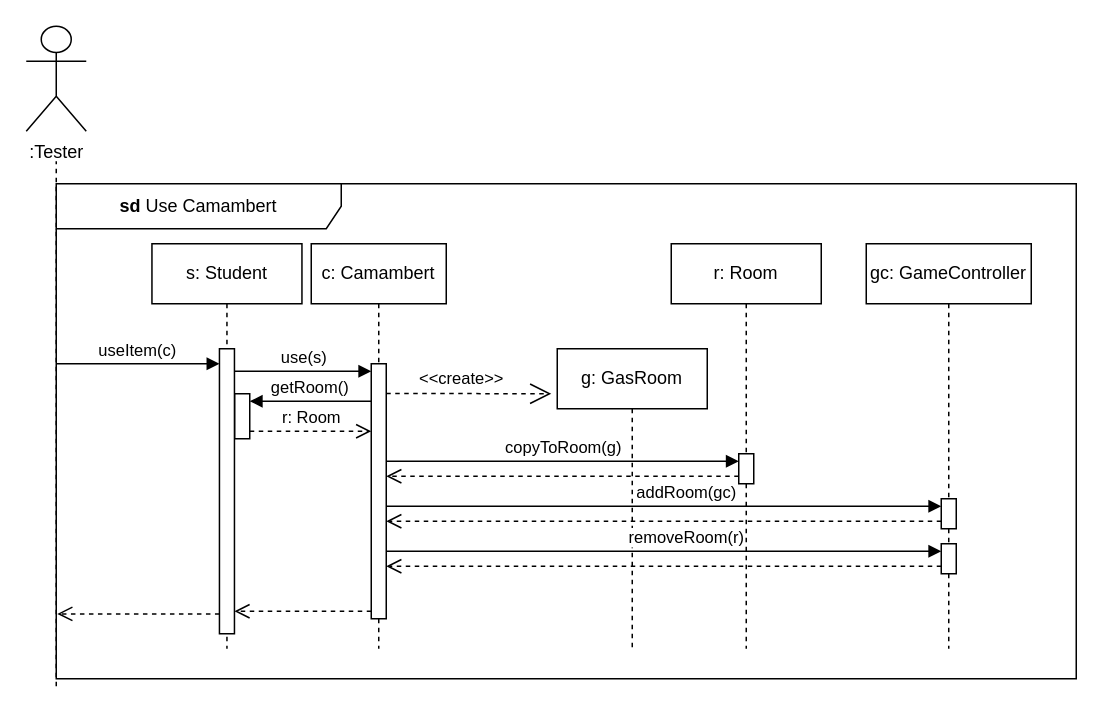
XanleR/U.B.R.---Projlab-2024 keeps this draw.io diagram as page "Use Camambert" (7 of 30) of Beadások/4. Beadás/Szekvencia.drawio. Above is the earlier version. Source tidied: cells renumbered, new cells numbered last; positions are measured from the earlier drawing's top-left corner, leaving out a move shared by most shapes. Both pictures are drawn from the tidied source at 150%, with x=0, y=0 at pixel (26, 26).
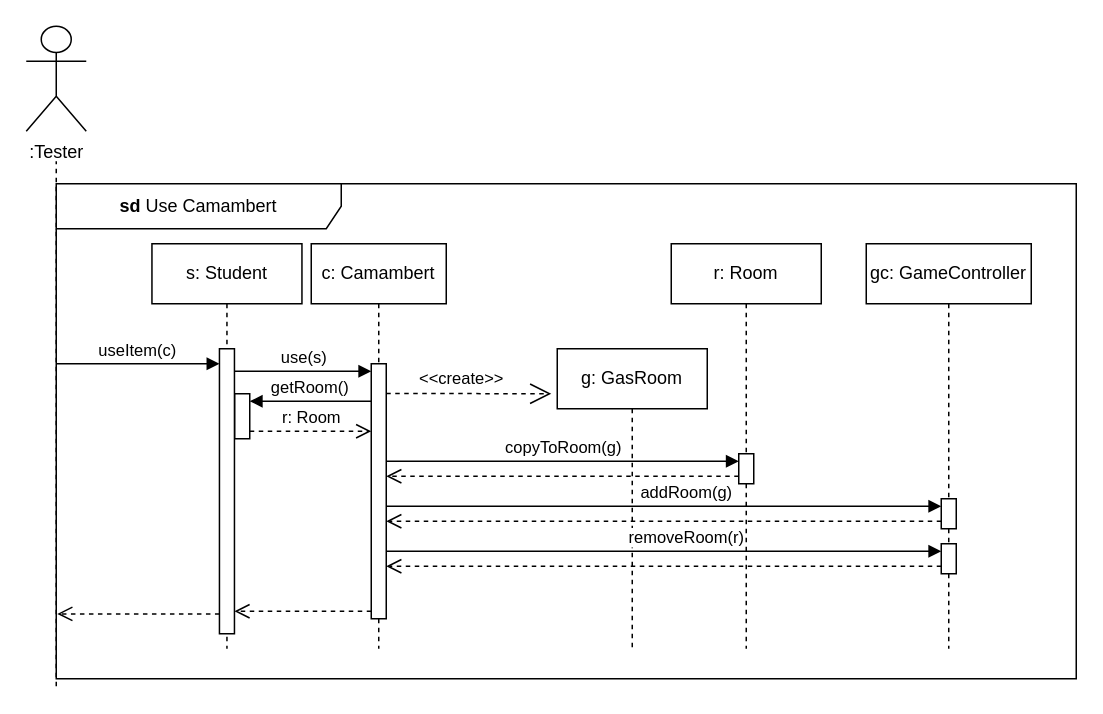
The same page after the edit.

The change refers to these unchanged cells:
```xml
<mxCell id="5" style="html=1;points=[[0,0,0,0,5],[0,1,0,0,-5],[1,0,0,0,5],[1,1,0,0,-5]];perimeter=orthogonalPerimeter;outlineConnect=0;targetShapes=umlLifeline;portConstraint=eastwest;newEdgeStyle={&quot;curved&quot;:0,&quot;rounded&quot;:0};" parent="4" vertex="1">
  <mxGeometry x="40" y="80" width="10" height="170" as="geometry" />
</mxCell>
<mxCell id="23" style="html=1;points=[[0,0,0,0,5],[0,1,0,0,-5],[1,0,0,0,5],[1,1,0,0,-5]];perimeter=orthogonalPerimeter;outlineConnect=0;targetShapes=umlLifeline;portConstraint=eastwest;newEdgeStyle={&quot;curved&quot;:0,&quot;rounded&quot;:0};" parent="22" vertex="1">
  <mxGeometry x="50" y="170" width="10" height="20" as="geometry" />
</mxCell>
```

Change to the diagram source:
```diff
@@
-    <mxCell id="25" value="addRoom(gc)" style="html=1;verticalAlign=bottom;endArrow=block;curved=0;rounded=0;entryX=0;entryY=0;entryDx=0;entryDy=5;" parent="1" edge="1" source="5" target="23">
+    <mxCell id="25" value="addRoom(g)" style="html=1;verticalAlign=bottom;endArrow=block;curved=0;rounded=0;entryX=0;entryY=0;entryDx=0;entryDy=5;" parent="1" edge="1" source="5" target="23">
       <mxGeometry x="0.08" relative="1" as="geometry" />
     </mxCell>
```
